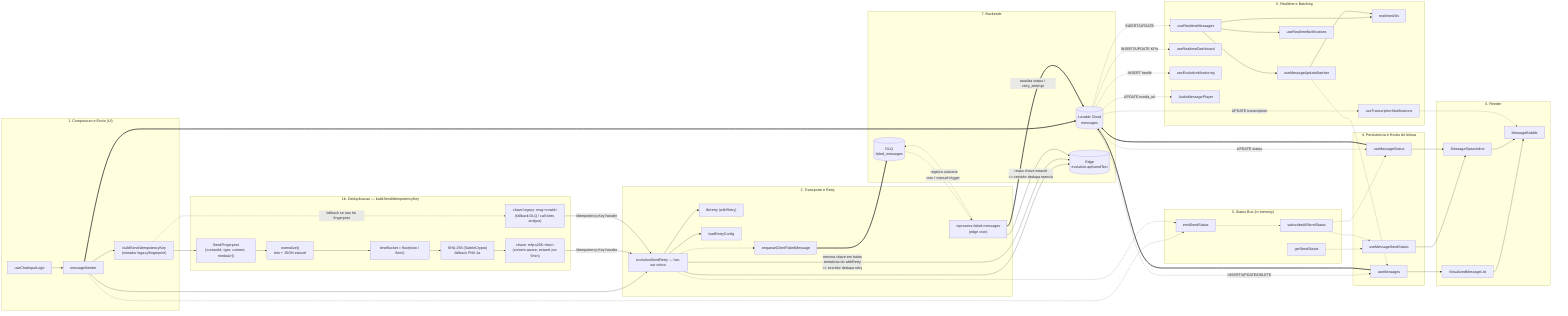
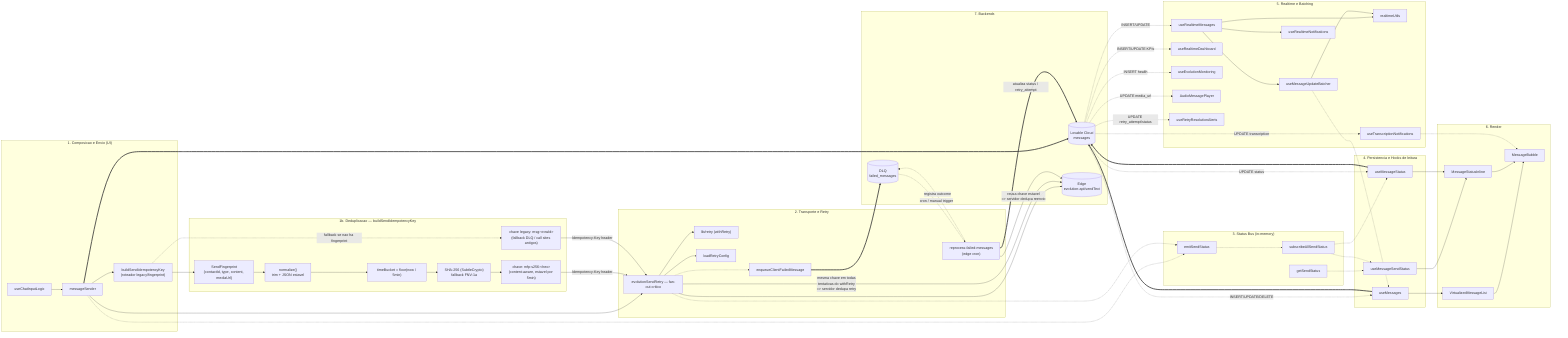
%%{init: {'flowchart': {'curve': 'basis'}}}%%
flowchart LR

  subgraph UI["1. Composicao e Envio (UI)"]
    CIL["useChatInputLogic"]
    MS["messageSender"]
    IDK["buildSendIdempotencyKey<br/>(roteador legacy/fingerprint)"]
  end

  subgraph IDEMP["1b. Deduplicacao — buildSendIdempotencyKey"]
    FP["SendFingerprint<br/>{contactId, type, content, mediaUrl}"]
    NORM["normalize()<br/>trim + JSON estavel"]
    BUCKET["timeBucket = floor(now / 5min)"]
    HASH["SHA-256 (SubtleCrypto)<br/>fallback FNV-1a"]
    KEYFP["chave: mfp:s256:&lt;hex&gt;<br/>(content-aware, estavel por 5min)"]
    KEYROW["chave legacy: msg:&lt;rowId&gt;<br/>(fallback DLQ / call sites antigos)"]
  end


  subgraph TRANSPORT["2. Transporte e Retry"]
    ESR["evolutionSendRetry — fan-out critico"]
    RETRY["lib/retry (withRetry)"]
    RCFG["loadRetryConfig"]
    DLQENQ["enqueueClientFailedMessage"]
    DLQRP["reprocess-failed-messages<br/>(edge cron)"]
  end

  subgraph BUS["3. Status Bus (in-memory)"]
    EMIT["emitSendStatus"]
    SUBALL["subscribeAllSendStatus"]
    GETST["getSendStatus"]
  end

  subgraph PERSIST["4. Persistencia e Hooks de leitura"]
    UM["useMessages"]
    UMS["useMessageStatus"]
    UMSS["useMessageSendStatus"]
  end

  subgraph RT["5. Realtime e Batching"]
    BATCH["useMessageUpdateBatcher"]
    URM["useRealtimeMessages"]
    RUTL["realtimeUtils"]
    URN["useRealtimeNotifications"]
    UTN["useTranscriptionNotifications"]
    URD["useRealtimeDashboard"]
    UEM["useEvolutionMonitoring"]
    AMP["AudioMessagePlayer"]
+     URRA["useRetryResolutionAlerts"]
  end

  subgraph RENDER["6. Render"]
    MSI["MessageStatusInline"]
    VML["VirtualizedMessageList"]
    MB["MessageBubble"]
  end

  subgraph BACKENDS["7. Backends"]
    DB[("Lovable Cloud<br/>messages")]
    EDGE[("Edge<br/>evolution-api/sendText")]
    DLQ[("DLQ<br/>failed_messages")]
  end

  %% Composicao -> envio
  CIL --> MS
  MS --> IDK
  MS --> ESR
  MS ==> DB

  %% Transporte
  ESR --> RETRY
  ESR --> RCFG
  ESR --> EDGE
  ESR -..-> DLQENQ
  DLQENQ ==> DLQ

  %% Reprocessamento DLQ — fecha o ciclo: mensagens falhadas voltam ao fluxo
  DLQ -.->|cron / manual trigger| DLQRP
  DLQRP ==>|atualiza status / retry_attempt| DB
  DLQRP -.->|registra outcome| DLQ

  %% Idempotencia — como a chave e construida e onde dedupa
  IDK --> FP
  FP --> NORM
  NORM --> BUCKET
  BUCKET --> HASH
  HASH --> KEYFP
  IDK -.->|fallback se nao ha fingerprint| KEYROW
  KEYFP -->|Idempotency-Key header| ESR
  KEYROW -->|Idempotency-Key header| ESR
  ESR -->|mesma chave em todas<br/>tentativas do withRetry<br/>=> servidor dedupa retry| EDGE
  DLQRP -->|reusa chave estavel<br/>=> servidor dedupa reenvio| EDGE



  %% Status bus
  MS -.-> EMIT
  ESR -.-> EMIT
  EMIT -.-> SUBALL
  GETST -.-> UMSS
  SUBALL -.-> UMSS
  SUBALL -.-> UMS

  %% Persistencia / leitura
  UM ==> DB
  UMS ==> DB

  %% =====================================================================
  %% FAN-OUT REALTIME — quem escuta postgres_changes na tabela 'messages'
  %% =====================================================================
  DB -.->|INSERT/UPDATE| URM
  DB -.->|INSERT/UPDATE/DELETE| UM
  DB -.->|UPDATE status| UMS
  DB -.->|UPDATE transcription| UTN
  DB -.->|INSERT/UPDATE KPIs| URD
  DB -.->|INSERT health| UEM
  DB -.->|UPDATE media_url| AMP
+   DB -.->|UPDATE retry_attempt/status| URRA

  %% Pipeline interno do realtime principal
  URM --> BATCH
  URM --> URN
  URM --> RUTL
  BATCH -.-> UM
  BATCH --> RUTL

  %% Render
  UMSS --> MSI
  UMS --> MSI
  UM --> VML
  VML --> MB
  MSI --> MB
  UTN -.-> MB

  %% AUTO:CLICKS:START — gerado por scripts/regen-trilha-mensagens.ts
  click AMP "src/components/inbox/AudioMessagePlayer.tsx"
  click BATCH "src/hooks/realtime/useMessageUpdateBatcher.ts"
  click BUCKET "src/lib/sendIdempotency.ts"
  click CIL "src/components/inbox/chat/useChatInputLogic.ts"
  click DLQENQ "src/lib/failedMessagesEnqueue.ts"
  click DLQRP "supabase/functions/reprocess-failed-messages/index.ts"
  click EMIT "src/hooks/realtime/sendStatusBus.ts"
  click ESR "src/lib/evolutionSendRetry.ts"
  click FP "src/lib/sendIdempotency.ts"
  click GETST "src/hooks/realtime/sendStatusBus.ts"
  click HASH "src/lib/sendIdempotency.ts"
  click IDK "src/lib/sendIdempotency.ts"
  click KEYFP "src/lib/sendIdempotency.ts"
  click KEYROW "src/lib/sendIdempotency.ts"
  click MB "src/components/inbox/chat/MessageBubble.tsx"
  click MS "src/hooks/realtime/messageSender.ts"
  click MSI "src/components/inbox/chat/MessageStatusInline.tsx"
  click NORM "src/lib/sendIdempotency.ts"
  click RCFG "src/lib/retryConfig.ts"
  click RETRY "src/lib/retry.ts"
  click RUTL "src/hooks/realtime/realtimeUtils.ts"
  click SUBALL "src/hooks/realtime/sendStatusBus.ts"
  click UEM "src/components/monitoring/hooks/useEvolutionMonitoring.ts"
  click UM "src/hooks/useMessages.ts"
  click UMS "src/hooks/useMessageStatus.ts"
  click UMSS "src/hooks/realtime/useMessageSendStatus.ts"
  click URD "src/hooks/useRealtimeDashboard.ts"
  click URM "src/hooks/useRealtimeMessages.ts"
  click URN "src/hooks/realtime/useRealtimeNotifications.ts"
+   click URRA "src/hooks/realtime/useRetryResolutionAlerts.ts"
  click UTN "src/hooks/useTranscriptionNotifications.ts"
  click VML "src/components/inbox/VirtualizedMessageList.tsx"
  %% AUTO:CLICKS:END

%% AUTO:LEGEND:START — gerado por scripts/regen-trilha-mensagens.ts
%% Legenda das arestas:
%%   -->   chamada sincrona / import
%%   ==>   escrita persistente em DB
%%   -.->  evento realtime / pub-sub in-memory
%%   -..-> enqueue assincrona (DLQ)
- %% Fan-out realtime (postgres_changes 'messages'): 7 consumidores diretos
+ %% Fan-out realtime (postgres_changes 'messages'): 8 consumidores diretos
%%   1. useRealtimeMessages              — feed global do inbox (INSERT/UPDATE/DELETE)
%%   2. useMessages                      — lista por contato aberto (INSERT/UPDATE/DELETE)
%%   3. useMessageStatus                 — status sent/delivered/read por mensagem (UPDATE)
%%   4. useTranscriptionNotifications    — alerta quando transcricao conclui (UPDATE)
%%   5. useRealtimeDashboard             — KPIs em tempo real (INSERT)
%%   6. useEvolutionMonitoring           — saude do webhook/instancia (INSERT)
%%   7. AudioMessagePlayer               — refresh de media_url assinada (UPDATE)
+ %%   8. useRetryResolutionAlerts         — toast quando retrying -> sent/failed (UPDATE)
%% Gerado por scripts/regen-trilha-mensagens.ts em 2026-04-24T17:13:45.705Z
%% AUTO:LEGEND:END
